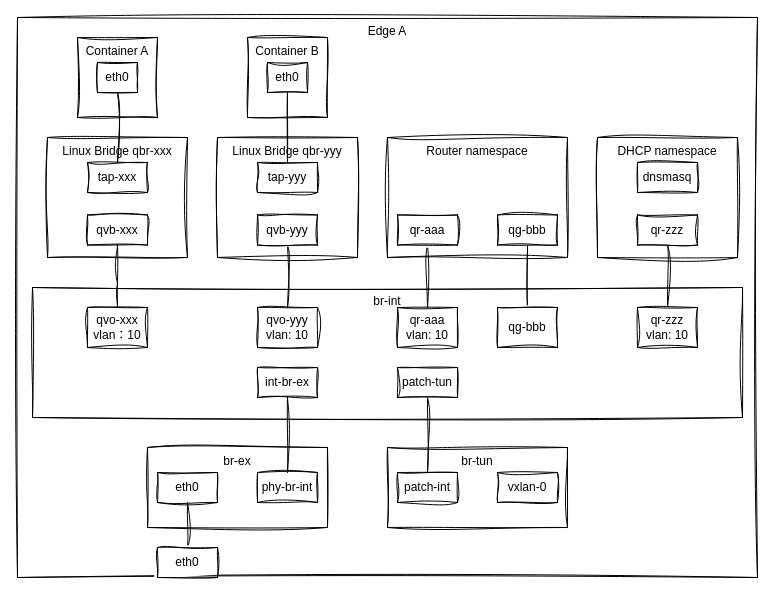
Earlier version of the draw.io diagram page "单节点同一子网" (1 of 5) of test.drawio (wangkuntian/draw). Source tidied: cells renumbered, new cells numbered last; positions are measured from the earlier drawing's top-left corner, leaving out a move shared by most shapes. Both pictures are drawn from the tidied source at 100%, with x=0, y=0 at pixel (17, 17).
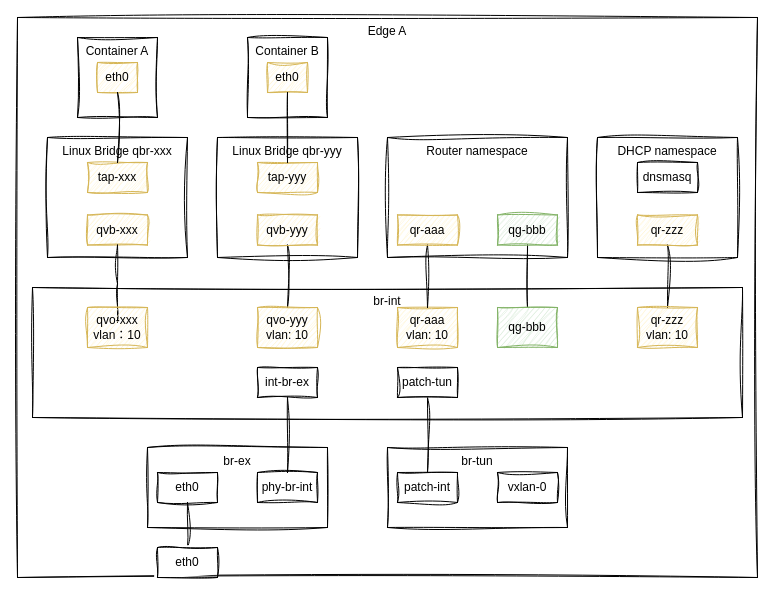
Above is the later version.

What changed in the source:
```diff
@@
-    <mxCell id="2" value="Edge A" style="rounded=0;whiteSpace=wrap;html=1;verticalAlign=top;labelBackgroundColor=none;sketch=1;curveFitting=1;jiggle=2;" parent="1" vertex="1">
+    <mxCell id="2" value="Edge A" style="rounded=0;whiteSpace=wrap;html=1;verticalAlign=top;labelBackgroundColor=none;sketch=1;curveFitting=1;jiggle=2;fillColor=none;" parent="1" vertex="1">
       <mxGeometry width="740" height="560" as="geometry" />
     </mxCell>
-    <mxCell id="3" value="Container A" style="whiteSpace=wrap;html=1;verticalAlign=top;align=center;fontFamily=Helvetica;fontSize=12;labelBackgroundColor=none;sketch=1;curveFitting=1;jiggle=2;rounded=0;" parent="1" vertex="1">
+    <mxCell id="3" value="Container A" style="whiteSpace=wrap;html=1;verticalAlign=top;align=center;fontFamily=Helvetica;fontSize=12;labelBackgroundColor=none;sketch=1;curveFitting=1;jiggle=2;rounded=0;fillColor=none;" parent="1" vertex="1">
       <mxGeometry x="60" y="20" width="80" height="80" as="geometry" />
     </mxCell>
-    <mxCell id="4" value="eth0" style="rounded=0;whiteSpace=wrap;html=1;labelBackgroundColor=none;sketch=1;curveFitting=1;jiggle=2;" parent="1" vertex="1">
+    <mxCell id="4" value="eth0" style="rounded=0;whiteSpace=wrap;html=1;labelBackgroundColor=none;sketch=1;curveFitting=1;jiggle=2;fillColor=#fff2cc;strokeColor=#d6b656;" parent="1" vertex="1">
       <mxGeometry x="80" y="45" width="40" height="30" as="geometry" />
     </mxCell>
-    <mxCell id="5" value="Linux Bridge qbr-xxx" style="rounded=0;whiteSpace=wrap;html=1;verticalAlign=top;labelBackgroundColor=none;sketch=1;curveFitting=1;jiggle=2;" parent="1" vertex="1">
+    <mxCell id="5" value="Linux Bridge qbr-xxx" style="rounded=0;whiteSpace=wrap;html=1;verticalAlign=top;labelBackgroundColor=none;sketch=1;curveFitting=1;jiggle=2;fillColor=none;" parent="1" vertex="1">
       <mxGeometry x="30" y="120" width="140" height="120" as="geometry" />
     </mxCell>
-    <mxCell id="6" value="tap-xxx" style="rounded=0;whiteSpace=wrap;html=1;labelBackgroundColor=none;sketch=1;curveFitting=1;jiggle=2;" parent="1" vertex="1">
+    <mxCell id="6" value="tap-xxx" style="rounded=0;whiteSpace=wrap;html=1;labelBackgroundColor=none;sketch=1;curveFitting=1;jiggle=2;fillColor=#fff2cc;strokeColor=#d6b656;" parent="1" vertex="1">
       <mxGeometry x="70" y="145" width="60" height="30" as="geometry" />
     </mxCell>
-    <mxCell id="7" value="qvb-xxx" style="rounded=0;whiteSpace=wrap;html=1;labelBackgroundColor=none;sketch=1;curveFitting=1;jiggle=2;" parent="1" vertex="1">
+    <mxCell id="7" value="qvb-xxx" style="rounded=0;whiteSpace=wrap;html=1;labelBackgroundColor=none;sketch=1;curveFitting=1;jiggle=2;fillColor=#fff2cc;strokeColor=#d6b656;" parent="1" vertex="1">
       <mxGeometry x="70" y="197.5" width="60" height="30" as="geometry" />
     </mxCell>
-    <mxCell id="8" value="br-int" style="rounded=0;whiteSpace=wrap;html=1;verticalAlign=top;labelBackgroundColor=none;sketch=1;curveFitting=1;jiggle=2;" parent="1" vertex="1">
+    <mxCell id="8" value="br-int" style="rounded=0;whiteSpace=wrap;html=1;verticalAlign=top;labelBackgroundColor=none;sketch=1;curveFitting=1;jiggle=2;fillColor=none;" parent="1" vertex="1">
       <mxGeometry x="15" y="270" width="710" height="130" as="geometry" />
     </mxCell>
-    <mxCell id="9" value="DHCP namespace" style="rounded=0;whiteSpace=wrap;html=1;verticalAlign=top;labelBackgroundColor=none;sketch=1;curveFitting=1;jiggle=2;" parent="1" vertex="1">
+    <mxCell id="9" value="DHCP namespace" style="rounded=0;whiteSpace=wrap;html=1;verticalAlign=top;labelBackgroundColor=none;sketch=1;curveFitting=1;jiggle=2;fillColor=none;" parent="1" vertex="1">
       <mxGeometry x="580" y="120" width="140" height="120" as="geometry" />
     </mxCell>
@@
-    <mxCell id="11" value="qr-zzz" style="rounded=0;whiteSpace=wrap;html=1;labelBackgroundColor=none;sketch=1;curveFitting=1;jiggle=2;" parent="1" vertex="1">
+    <mxCell id="11" value="qr-zzz" style="rounded=0;whiteSpace=wrap;html=1;labelBackgroundColor=none;sketch=1;curveFitting=1;jiggle=2;fillColor=#fff2cc;strokeColor=#d6b656;" parent="1" vertex="1">
       <mxGeometry x="620" y="197.5" width="60" height="30" as="geometry" />
     </mxCell>
-    <mxCell id="12" value="qr-aaa&lt;div&gt;vlan: 10&lt;/div&gt;" style="rounded=0;whiteSpace=wrap;html=1;labelBackgroundColor=none;sketch=1;curveFitting=1;jiggle=2;" parent="1" vertex="1">
+    <mxCell id="12" value="qr-aaa&lt;div&gt;vlan: 10&lt;/div&gt;" style="rounded=0;whiteSpace=wrap;html=1;labelBackgroundColor=none;sketch=1;curveFitting=1;jiggle=2;fillColor=#fff2cc;strokeColor=#d6b656;" parent="1" vertex="1">
       <mxGeometry x="380" y="290" width="60" height="40" as="geometry" />
     </mxCell>
-    <mxCell id="13" value="qr-zzz&lt;br&gt;vlan: 10" style="rounded=0;whiteSpace=wrap;html=1;labelBackgroundColor=none;sketch=1;curveFitting=1;jiggle=2;" parent="1" vertex="1">
+    <mxCell id="13" value="qr-zzz&lt;br&gt;vlan: 10" style="rounded=0;whiteSpace=wrap;html=1;labelBackgroundColor=none;sketch=1;curveFitting=1;jiggle=2;fillColor=#fff2cc;strokeColor=#d6b656;" parent="1" vertex="1">
       <mxGeometry x="620" y="290" width="60" height="40" as="geometry" />
     </mxCell>
@@
-    <mxCell id="15" value="Router namespace" style="rounded=0;whiteSpace=wrap;html=1;verticalAlign=top;labelBackgroundColor=none;sketch=1;curveFitting=1;jiggle=2;" parent="1" vertex="1">
+    <mxCell id="15" value="Router namespace" style="rounded=0;whiteSpace=wrap;html=1;verticalAlign=top;labelBackgroundColor=none;sketch=1;curveFitting=1;jiggle=2;fillColor=none;" parent="1" vertex="1">
       <mxGeometry x="370" y="120" width="180" height="120" as="geometry" />
     </mxCell>
@@
-    <mxCell id="17" value="qr-aaa" style="rounded=0;whiteSpace=wrap;html=1;labelBackgroundColor=none;sketch=1;curveFitting=1;jiggle=2;" parent="1" vertex="1">
+    <mxCell id="17" value="qr-aaa" style="rounded=0;whiteSpace=wrap;html=1;labelBackgroundColor=none;sketch=1;curveFitting=1;jiggle=2;fillColor=#fff2cc;strokeColor=#d6b656;" parent="1" vertex="1">
       <mxGeometry x="380" y="197.5" width="60" height="30" as="geometry" />
     </mxCell>
@@
-    <mxCell id="19" value="br-tun&lt;div&gt;&lt;br&gt;&lt;/div&gt;" style="rounded=0;whiteSpace=wrap;html=1;verticalAlign=top;labelBackgroundColor=none;sketch=1;curveFitting=1;jiggle=2;" parent="1" vertex="1">
+    <mxCell id="19" value="br-tun&lt;div&gt;&lt;br&gt;&lt;/div&gt;" style="rounded=0;whiteSpace=wrap;html=1;verticalAlign=top;labelBackgroundColor=none;sketch=1;curveFitting=1;jiggle=2;fillColor=none;" parent="1" vertex="1">
       <mxGeometry x="370" y="430" width="180" height="80" as="geometry" />
     </mxCell>
-    <mxCell id="20" value="br-ex&lt;div&gt;&lt;br&gt;&lt;/div&gt;" style="rounded=0;whiteSpace=wrap;html=1;verticalAlign=top;labelBackgroundColor=none;sketch=1;curveFitting=1;jiggle=2;" parent="1" vertex="1">
+    <mxCell id="20" value="br-ex&lt;div&gt;&lt;br&gt;&lt;/div&gt;" style="rounded=0;whiteSpace=wrap;html=1;verticalAlign=top;labelBackgroundColor=none;sketch=1;curveFitting=1;jiggle=2;fillColor=none;" parent="1" vertex="1">
       <mxGeometry x="130" y="430" width="180" height="80" as="geometry" />
     </mxCell>
@@
-    <mxCell id="26" value="qg-bbb" style="rounded=0;whiteSpace=wrap;html=1;labelBackgroundColor=none;sketch=1;curveFitting=1;jiggle=2;" parent="1" vertex="1">
+    <mxCell id="26" value="qg-bbb" style="rounded=0;whiteSpace=wrap;html=1;labelBackgroundColor=none;sketch=1;curveFitting=1;jiggle=2;fillColor=#d5e8d4;strokeColor=#82b366;" parent="1" vertex="1">
       <mxGeometry x="480" y="290" width="60" height="40" as="geometry" />
     </mxCell>
@@
-    <mxCell id="30" value="Container B" style="whiteSpace=wrap;html=1;verticalAlign=top;align=center;fontFamily=Helvetica;fontSize=12;labelBackgroundColor=none;sketch=1;curveFitting=1;jiggle=2;rounded=0;" parent="1" vertex="1">
+    <mxCell id="30" value="Container B" style="whiteSpace=wrap;html=1;verticalAlign=top;align=center;fontFamily=Helvetica;fontSize=12;labelBackgroundColor=none;sketch=1;curveFitting=1;jiggle=2;rounded=0;fillColor=none;" parent="1" vertex="1">
       <mxGeometry x="230" y="20" width="80" height="80" as="geometry" />
     </mxCell>
-    <mxCell id="31" value="eth0" style="rounded=0;whiteSpace=wrap;html=1;labelBackgroundColor=none;sketch=1;curveFitting=1;jiggle=2;" parent="1" vertex="1">
+    <mxCell id="31" value="eth0" style="rounded=0;whiteSpace=wrap;html=1;labelBackgroundColor=none;sketch=1;curveFitting=1;jiggle=2;fillColor=#fff2cc;strokeColor=#d6b656;" parent="1" vertex="1">
       <mxGeometry x="250" y="45" width="40" height="30" as="geometry" />
     </mxCell>
-    <mxCell id="32" value="Linux Bridge qbr-yyy" style="rounded=0;whiteSpace=wrap;html=1;verticalAlign=top;labelBackgroundColor=none;sketch=1;curveFitting=1;jiggle=2;" parent="1" vertex="1">
+    <mxCell id="32" value="Linux Bridge qbr-yyy" style="rounded=0;whiteSpace=wrap;html=1;verticalAlign=top;labelBackgroundColor=none;sketch=1;curveFitting=1;jiggle=2;fillColor=none;" parent="1" vertex="1">
       <mxGeometry x="200" y="120" width="140" height="120" as="geometry" />
     </mxCell>
-    <mxCell id="33" value="tap-yyy" style="rounded=0;whiteSpace=wrap;html=1;labelBackgroundColor=none;sketch=1;curveFitting=1;jiggle=2;" parent="1" vertex="1">
+    <mxCell id="33" value="tap-yyy" style="rounded=0;whiteSpace=wrap;html=1;labelBackgroundColor=none;sketch=1;curveFitting=1;jiggle=2;fillColor=#fff2cc;strokeColor=#d6b656;" parent="1" vertex="1">
       <mxGeometry x="240" y="145" width="60" height="30" as="geometry" />
     </mxCell>
@@
-    <mxCell id="35" value="qvb-yyy" style="rounded=0;whiteSpace=wrap;html=1;labelBackgroundColor=none;sketch=1;curveFitting=1;jiggle=2;" parent="1" vertex="1">
+    <mxCell id="35" value="qvb-yyy" style="rounded=0;whiteSpace=wrap;html=1;labelBackgroundColor=none;sketch=1;curveFitting=1;jiggle=2;fillColor=#fff2cc;strokeColor=#d6b656;" parent="1" vertex="1">
       <mxGeometry x="240" y="197.5" width="60" height="30" as="geometry" />
     </mxCell>
@@
-    <mxCell id="37" value="qvo-xxx&lt;br&gt;vlan：10" style="rounded=0;whiteSpace=wrap;html=1;labelBackgroundColor=none;sketch=1;curveFitting=1;jiggle=2;" parent="1" vertex="1">
+    <mxCell id="37" value="qvo-xxx&lt;br&gt;vlan：10" style="rounded=0;whiteSpace=wrap;html=1;labelBackgroundColor=none;sketch=1;curveFitting=1;jiggle=2;fillColor=#fff2cc;strokeColor=#d6b656;" parent="1" vertex="1">
       <mxGeometry x="70" y="290" width="60" height="40" as="geometry" />
     </mxCell>
-    <mxCell id="38" value="qvo-yyy&lt;br&gt;vlan: 10" style="rounded=0;whiteSpace=wrap;html=1;labelBackgroundColor=none;sketch=1;curveFitting=1;jiggle=2;" parent="1" vertex="1">
+    <mxCell id="38" value="qvo-yyy&lt;br&gt;vlan: 10" style="rounded=0;whiteSpace=wrap;html=1;labelBackgroundColor=none;sketch=1;curveFitting=1;jiggle=2;fillColor=#fff2cc;strokeColor=#d6b656;" parent="1" vertex="1">
       <mxGeometry x="240" y="290" width="60" height="40" as="geometry" />
     </mxCell>
@@
-    <mxCell id="40" value="int-br-ex" style="rounded=0;whiteSpace=wrap;html=1;labelBackgroundColor=none;sketch=1;curveFitting=1;jiggle=2;" parent="1" vertex="1">
+    <mxCell id="40" value="int-br-ex" style="rounded=0;whiteSpace=wrap;html=1;labelBackgroundColor=none;sketch=1;curveFitting=1;jiggle=2;fillStyle=auto;gradientColor=none;" parent="1" vertex="1">
       <mxGeometry x="240" y="350" width="60" height="30" as="geometry" />
     </mxCell>
@@
-    <mxCell id="43" value="qg-bbb" style="rounded=0;whiteSpace=wrap;html=1;labelBackgroundColor=none;sketch=1;curveFitting=1;jiggle=2;" parent="1" vertex="1">
+    <mxCell id="43" value="qg-bbb" style="rounded=0;whiteSpace=wrap;html=1;labelBackgroundColor=none;sketch=1;curveFitting=1;jiggle=2;fillColor=#d5e8d4;strokeColor=#82b366;" parent="1" vertex="1">
       <mxGeometry x="480" y="197.5" width="60" height="30" as="geometry" />
     </mxCell>
```
